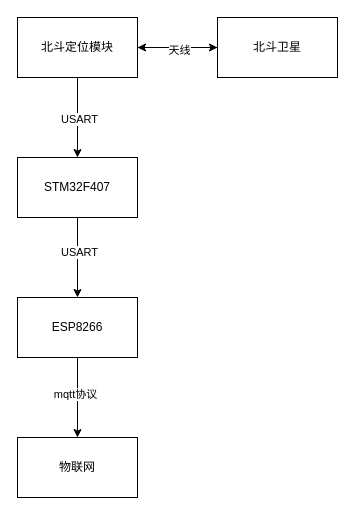
The draw.io diagram 流程图/神农人工智能控制系统.drawio in mlhua/hua, before the edit. Source tidied: cells renumbered, new cells numbered last; positions are measured from the earlier drawing's top-left corner, leaving out a move shared by most shapes. Both pictures are drawn from the tidied source at 100%, with x=0, y=0 at pixel (17, 17).
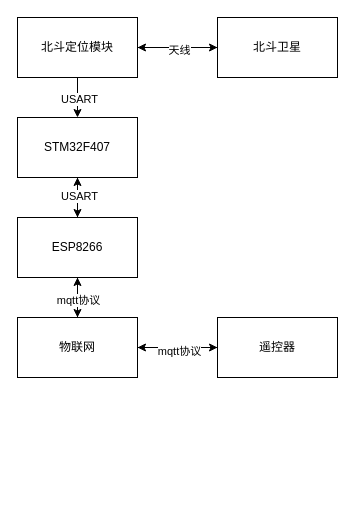
Above is the later version.

Commit message (it also covers changes not shown here):
更新神农人工智能控制系统.drawio

Unchanged cells that the change refers to:
```xml
<mxCell id="9" style="edgeStyle=orthogonalEdgeStyle;rounded=0;jettySize=auto;html=1;" parent="1" edge="1" source="11" target="14">
  <mxGeometry relative="1" as="geometry" />
</mxCell>
<mxCell id="12" style="edgeStyle=orthogonalEdgeStyle;rounded=0;jettySize=auto;html=1;" parent="1" edge="1" source="14" target="15">
  <mxGeometry relative="1" as="geometry" />
</mxCell>
```

Change to the diagram source:
```diff
@@
-    <mxCell id="10" value="USART" style="edgeLabel;html=1;align=center;verticalAlign=middle;" parent="9" vertex="1">
-      <mxGeometry x="-0.15" y="1" relative="1" as="geometry" />
-    </mxCell>
     <mxCell id="11" value="STM32F407" style="whiteSpace=wrap;html=1;rounded=0;" parent="1" vertex="1">
-      <mxGeometry y="140" width="120" height="60" as="geometry" />
+      <mxGeometry y="100" width="120" height="60" as="geometry" />
     </mxCell>
@@
-    <mxCell id="13" value="mqtt协议" style="edgeLabel;html=1;align=center;verticalAlign=middle;" parent="12" vertex="1">
-      <mxGeometry x="-0.09" y="-3" relative="1" as="geometry" />
-    </mxCell>
+    <mxCell id="16" style="edgeStyle=orthogonalEdgeStyle;rounded=0;jettySize=auto;html=1;exitX=0.5;exitY=0;exitDx=0;exitDy=0;entryX=0.5;entryY=1;entryDx=0;entryDy=0;" parent="1" edge="1" source="14" target="11">
+      <mxGeometry relative="1" as="geometry" />
+    </mxCell>
+    <mxCell id="10" value="USART" style="edgeLabel;html=1;align=center;verticalAlign=middle;" parent="16" vertex="1">
+      <mxGeometry x="0.1" y="-1" relative="1" as="geometry" />
+    </mxCell>
     <mxCell id="14" value="ESP8266" style="whiteSpace=wrap;html=1;rounded=0;" parent="1" vertex="1">
-      <mxGeometry y="280" width="120" height="60" as="geometry" />
+      <mxGeometry y="200" width="120" height="60" as="geometry" />
     </mxCell>
+    <mxCell id="17" style="edgeStyle=orthogonalEdgeStyle;rounded=0;jettySize=auto;html=1;exitX=0.5;exitY=0;exitDx=0;exitDy=0;entryX=0.5;entryY=1;entryDx=0;entryDy=0;" parent="1" edge="1" source="15" target="14">
+      <mxGeometry relative="1" as="geometry" />
+    </mxCell>
+    <mxCell id="18" value="mqtt协议" style="edgeLabel;html=1;align=center;verticalAlign=middle;" parent="17" vertex="1">
+      <mxGeometry x="-0.1" relative="1" as="geometry" />
+    </mxCell>
+    <mxCell id="19" style="edgeStyle=orthogonalEdgeStyle;rounded=0;jettySize=auto;html=1;" parent="1" edge="1" source="15" target="22">
+      <mxGeometry relative="1" as="geometry" />
+    </mxCell>
     <mxCell id="15" value="物联网" style="whiteSpace=wrap;html=1;rounded=0;" parent="1" vertex="1">
-      <mxGeometry y="420" width="120" height="60" as="geometry" />
+      <mxGeometry y="300" width="120" height="60" as="geometry" />
     </mxCell>
+    <mxCell id="20" style="edgeStyle=orthogonalEdgeStyle;rounded=0;jettySize=auto;html=1;entryX=1;entryY=0.5;entryDx=0;entryDy=0;" parent="1" edge="1" source="22" target="15">
+      <mxGeometry relative="1" as="geometry" />
+    </mxCell>
+    <mxCell id="21" value="mqtt协议" style="edgeLabel;html=1;align=center;verticalAlign=middle;" parent="20" vertex="1">
+      <mxGeometry x="-0.02" y="3" relative="1" as="geometry" />
+    </mxCell>
+    <mxCell id="22" value="遥控器" style="whiteSpace=wrap;html=1;rounded=0;" parent="1" vertex="1">
+      <mxGeometry x="200" y="300" width="120" height="60" as="geometry" />
+    </mxCell>
```
